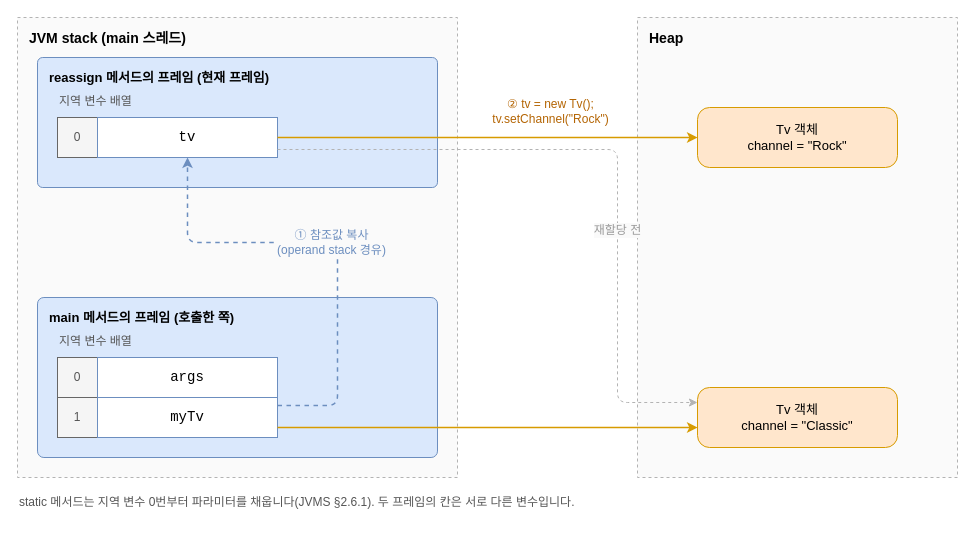
Before: src/content/img/call-by-value/java-stack-frames.drawio in benelog/blog, a draw.io diagram. Source tidied: cells renumbered, new cells numbered last; positions are measured from the earlier drawing's top-left corner, leaving out a move shared by most shapes. Both pictures are drawn from the tidied source at 100%, with x=0, y=0 at pixel (17, 17).
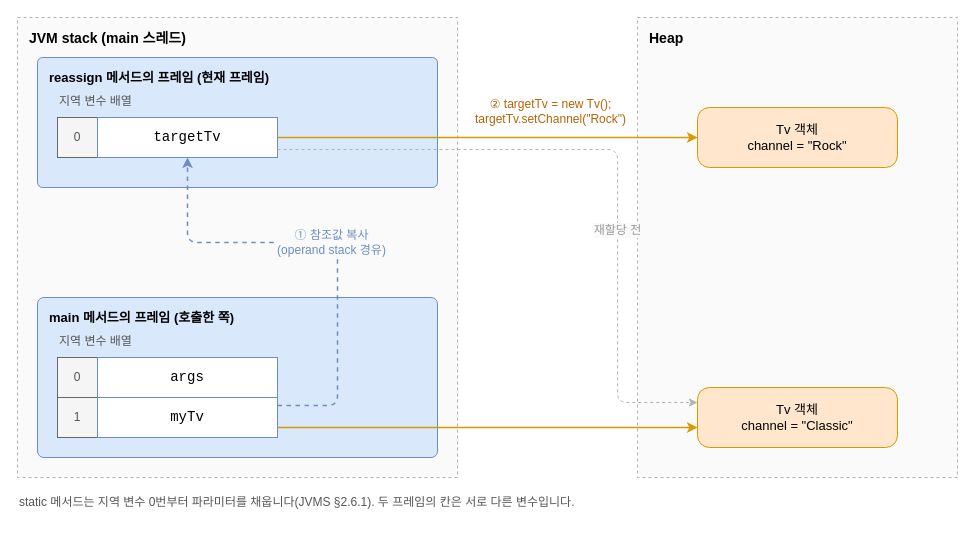
The same page after the edit.

The change refers to these unchanged cells:
```xml
<mxCell id="14" value="Tv 객체&lt;br&gt;channel = &quot;Rock&quot;" style="rounded=1;arcSize=20;whiteSpace=wrap;html=1;fontSize=13;fillColor=#ffe6cc;strokeColor=#d79b00;" parent="1" vertex="1">
  <mxGeometry x="680" y="90" width="200" height="60" as="geometry" />
</mxCell>
```

The edit, as a diff of the source:
```diff
@@
-    <mxCell id="7" value="tv" style="rounded=0;whiteSpace=wrap;html=1;fontSize=14;fontFamily=Courier New;fillColor=#ffffff;strokeColor=#6c8ebf;" parent="1" vertex="1">
+    <mxCell id="7" value="targetTv" style="rounded=0;whiteSpace=wrap;html=1;fontSize=14;fontFamily=Courier New;fillColor=#ffffff;strokeColor=#6c8ebf;" parent="1" vertex="1">
       <mxGeometry x="80" y="100" width="180" height="40" as="geometry" />
     </mxCell>
@@
-    <mxCell id="18" value="② tv = new Tv();&lt;br&gt;tv.setChannel(&quot;Rock&quot;)" style="edgeStyle=orthogonalEdgeStyle;rounded=1;html=1;fontSize=12;strokeColor=#d79b00;fontColor=#b46504;strokeWidth=1.5;exitX=1;exitY=0.5;exitDx=0;exitDy=0;entryX=0;entryY=0.5;entryDx=0;entryDy=0;labelBackgroundColor=#ffffff;" parent="1" edge="1" source="7" target="14">
+    <mxCell id="18" value="② targetTv = new Tv();&lt;br&gt;targetTv.setChannel(&quot;Rock&quot;)" style="edgeStyle=orthogonalEdgeStyle;rounded=1;html=1;fontSize=12;strokeColor=#d79b00;fontColor=#b46504;strokeWidth=1.5;exitX=1;exitY=0.5;exitDx=0;exitDy=0;entryX=0;entryY=0.5;entryDx=0;entryDy=0;labelBackgroundColor=#ffffff;" parent="1" edge="1" source="7" target="14">
       <mxGeometry x="0.3" relative="1" as="geometry">
         <mxPoint y="-26" as="offset" />
       </mxGeometry>
     </mxCell>
```
